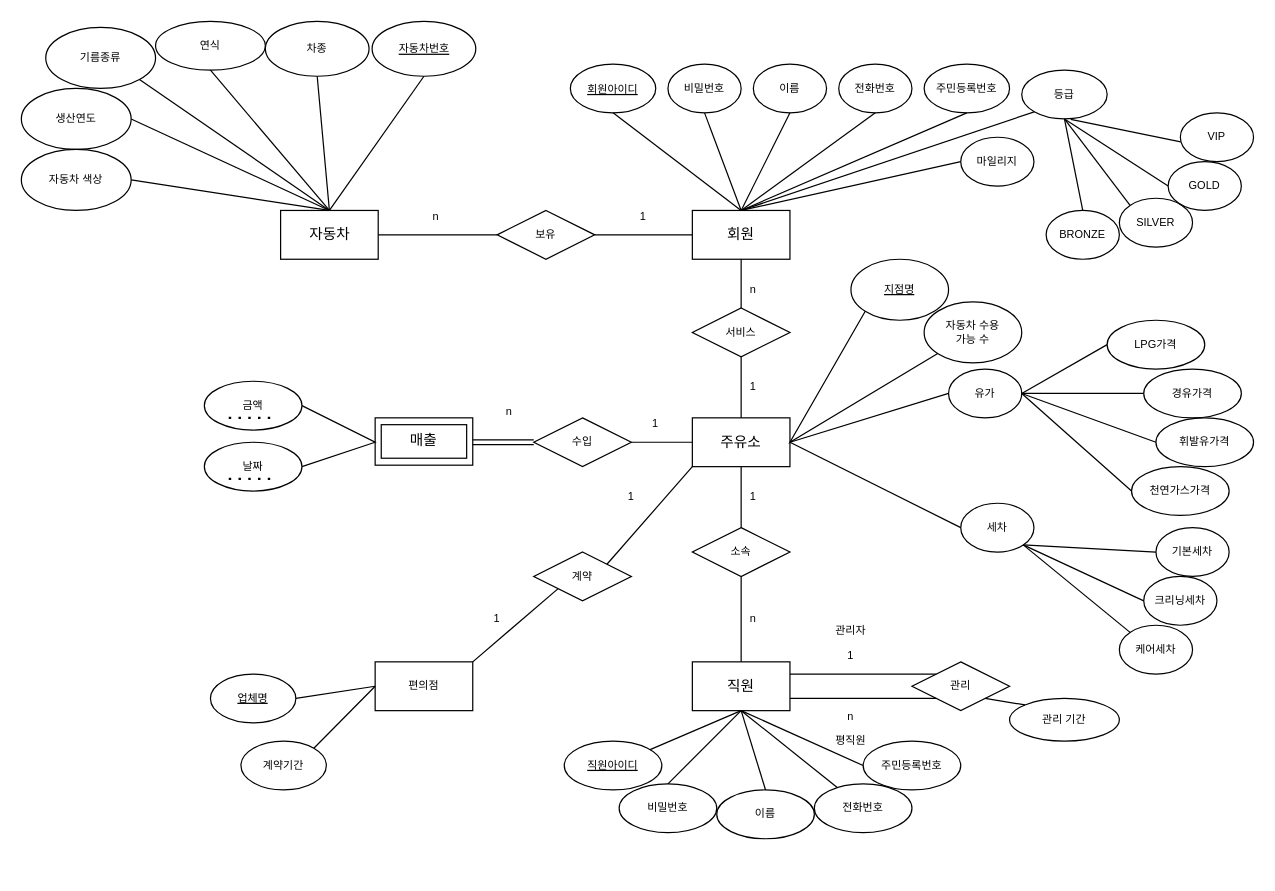
junki1912/DataBase_base keeps this draw.io diagram as Untitled Diagram.drawio. Above is the earlier version. Source tidied: cells renumbered, new cells numbered last; positions are measured from the earlier drawing's top-left corner, leaving out a move shared by most shapes. Both pictures are drawn from the tidied source at 122%, with x=0, y=0 at pixel (21, 21).
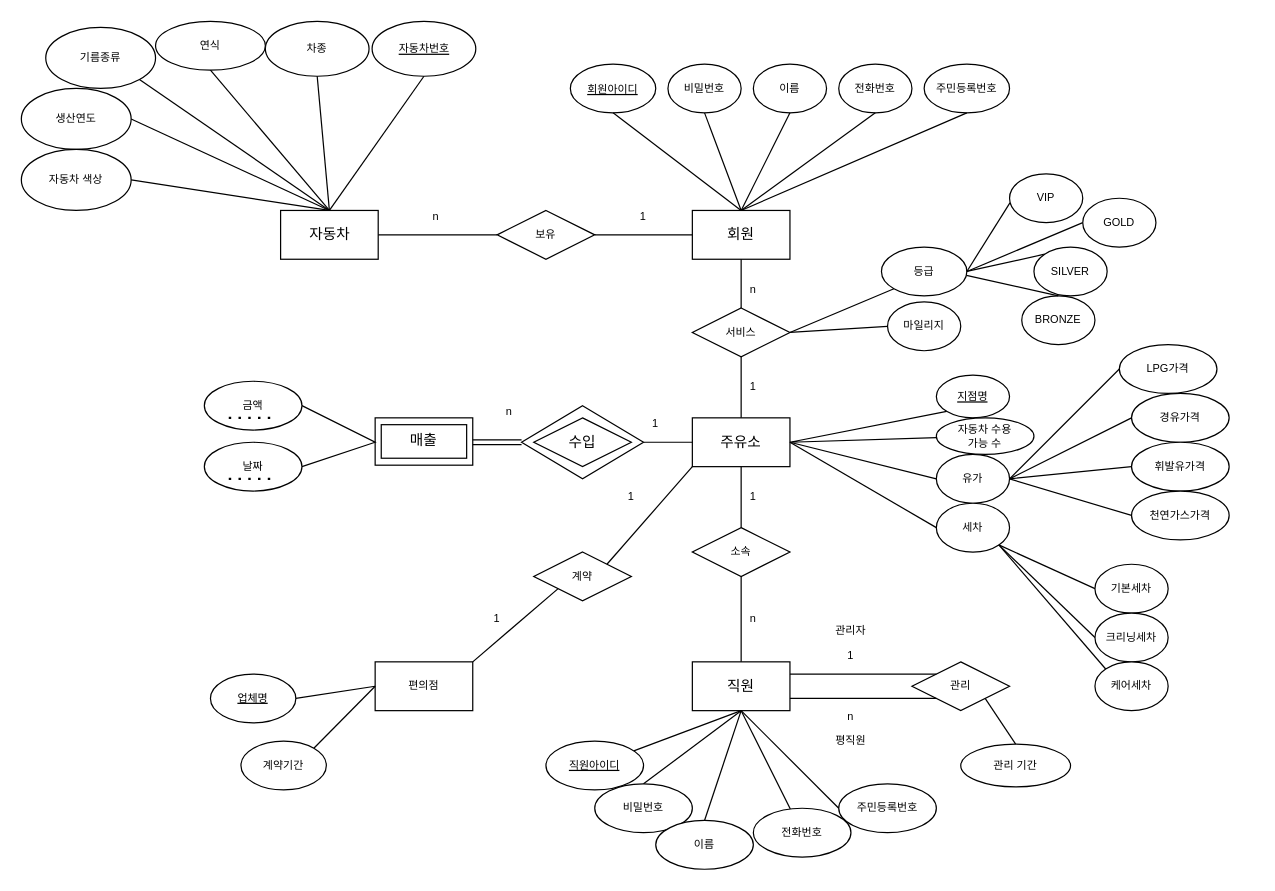
Above is the later version.

Unchanged cells that the change refers to:
```xml
<mxCell id="3" value="회원" style="rounded=0;whiteSpace=wrap;html=1;" parent="1" vertex="1">
  <mxGeometry x="550" y="155" width="80" height="40" as="geometry" />
</mxCell>
<mxCell id="37" value="주유소" style="rounded=0;whiteSpace=wrap;html=1;" parent="1" vertex="1">
  <mxGeometry x="550" y="325" width="80" height="40" as="geometry" />
</mxCell>
<mxCell id="38" value="서비스" style="rhombus;whiteSpace=wrap;html=1;fontSize=9;" parent="1" vertex="1">
  <mxGeometry x="550" y="235" width="80" height="40" as="geometry" />
</mxCell>
```

What changed in the source:
```diff
@@
     <mxCell id="2" value="유가" style="ellipse;whiteSpace=wrap;html=1;fontSize=9;" parent="1" vertex="1">
-      <mxGeometry x="760" y="285" width="60" height="40" as="geometry" />
+      <mxGeometry x="750" y="355" width="60" height="40" as="geometry" />
     </mxCell>
@@
     <mxCell id="8" value="마일리지" style="ellipse;whiteSpace=wrap;html=1;fontSize=9;" parent="1" vertex="1">
-      <mxGeometry x="770" y="95" width="60" height="40" as="geometry" />
+      <mxGeometry x="710" y="230" width="60" height="40" as="geometry" />
     </mxCell>
@@
     <mxCell id="15" value="등급" style="ellipse;whiteSpace=wrap;html=1;fontSize=9;" parent="1" vertex="1">
-      <mxGeometry x="820" y="40" width="70" height="40" as="geometry" />
+      <mxGeometry x="705" y="185" width="70" height="40" as="geometry" />
     </mxCell>
-    <mxCell id="16" style="endArrow=none;html=1;rounded=0;fontSize=9;entryX=0;entryY=1;entryDx=0;entryDy=0;" parent="1" edge="1" target="15">
-      <mxGeometry relative="1" as="geometry">
-        <mxPoint x="590" y="155" as="sourcePoint" />
-      </mxGeometry>
+    <mxCell id="16" style="endArrow=none;html=1;rounded=0;fontSize=9;entryX=0;entryY=1;entryDx=0;entryDy=0;exitX=1;exitY=0.5;exitDx=0;exitDy=0;" parent="1" edge="1" source="38" target="15">
+      <mxGeometry relative="1" as="geometry" />
     </mxCell>
-    <mxCell id="17" style="endArrow=none;html=1;rounded=0;fontSize=9;entryX=0;entryY=0.5;entryDx=0;entryDy=0;exitX=0.5;exitY=0;exitDx=0;exitDy=0;" parent="1" edge="1" source="3" target="8">
-      <mxGeometry relative="1" as="geometry" />
-    </mxCell>
-    <mxCell id="18" style="endArrow=none;html=1;rounded=0;fontSize=9;exitX=0.574;exitY=1.009;exitDx=0;exitDy=0;entryX=0.005;entryY=0.594;entryDx=0;entryDy=0;entryPerimeter=0;exitPerimeter=0;" parent="1" edge="1" source="15" target="23">
+    <mxCell id="18" style="endArrow=none;html=1;rounded=0;fontSize=9;exitX=1;exitY=0.5;exitDx=0;exitDy=0;entryX=0.005;entryY=0.594;entryDx=0;entryDy=0;entryPerimeter=0;" parent="1" edge="1" source="15" target="23">
       <mxGeometry relative="1" as="geometry" />
     </mxCell>
-    <mxCell id="19" style="endArrow=none;html=1;rounded=0;fontSize=9;entryX=0;entryY=0.5;entryDx=0;entryDy=0;exitX=0.5;exitY=1;exitDx=0;exitDy=0;" parent="1" edge="1" source="15" target="22">
+    <mxCell id="19" style="endArrow=none;html=1;rounded=0;fontSize=9;entryX=0;entryY=0.5;entryDx=0;entryDy=0;exitX=1;exitY=0.5;exitDx=0;exitDy=0;" parent="1" edge="1" source="15" target="22">
       <mxGeometry relative="1" as="geometry" />
     </mxCell>
-    <mxCell id="20" style="endArrow=none;html=1;rounded=0;fontSize=9;exitX=0.5;exitY=1;exitDx=0;exitDy=0;entryX=0;entryY=0;entryDx=0;entryDy=0;" parent="1" edge="1" source="15" target="21">
+    <mxCell id="20" style="endArrow=none;html=1;rounded=0;fontSize=9;exitX=1;exitY=0.5;exitDx=0;exitDy=0;entryX=0;entryY=0;entryDx=0;entryDy=0;" parent="1" edge="1" source="15" target="21">
       <mxGeometry relative="1" as="geometry" />
     </mxCell>
     <mxCell id="21" value="SILVER" style="ellipse;whiteSpace=wrap;html=1;fontSize=9;" parent="1" vertex="1">
-      <mxGeometry x="900" y="145" width="60" height="40" as="geometry" />
+      <mxGeometry x="830" y="185" width="60" height="40" as="geometry" />
     </mxCell>
     <mxCell id="22" value="GOLD" style="ellipse;whiteSpace=wrap;html=1;fontSize=9;" parent="1" vertex="1">
-      <mxGeometry x="940" y="115" width="60" height="40" as="geometry" />
+      <mxGeometry x="870" y="145" width="60" height="40" as="geometry" />
     </mxCell>
     <mxCell id="23" value="VIP" style="ellipse;whiteSpace=wrap;html=1;fontSize=9;" parent="1" vertex="1">
-      <mxGeometry x="950" y="75" width="60" height="40" as="geometry" />
+      <mxGeometry x="810" y="125" width="60" height="40" as="geometry" />
     </mxCell>
     <mxCell id="24" value="BRONZE" style="ellipse;whiteSpace=wrap;html=1;fontSize=9;" parent="1" vertex="1">
-      <mxGeometry x="840" y="155" width="60" height="40" as="geometry" />
+      <mxGeometry x="820" y="225" width="60" height="40" as="geometry" />
     </mxCell>
-    <mxCell id="25" style="endArrow=none;html=1;rounded=0;fontSize=9;entryX=0.5;entryY=0;entryDx=0;entryDy=0;exitX=0.5;exitY=1;exitDx=0;exitDy=0;" parent="1" edge="1" source="15" target="24">
+    <mxCell id="25" style="endArrow=none;html=1;rounded=0;fontSize=9;entryX=0.5;entryY=0;entryDx=0;entryDy=0;exitX=0.995;exitY=0.581;exitDx=0;exitDy=0;exitPerimeter=0;" parent="1" edge="1" source="15" target="24">
       <mxGeometry relative="1" as="geometry" />
     </mxCell>
@@
     <mxCell id="27" value="&lt;u&gt;직원아이디&lt;/u&gt;" style="ellipse;whiteSpace=wrap;html=1;fontSize=9;" parent="1" vertex="1">
-      <mxGeometry x="445" y="590" width="80" height="40" as="geometry" />
+      <mxGeometry x="430" y="590" width="80" height="40" as="geometry" />
     </mxCell>
     <mxCell id="28" value="비밀번호" style="ellipse;whiteSpace=wrap;html=1;fontSize=9;" parent="1" vertex="1">
-      <mxGeometry x="490" y="625" width="80" height="40" as="geometry" />
+      <mxGeometry x="470" y="625" width="80" height="40" as="geometry" />
     </mxCell>
     <mxCell id="29" value="주민등록번호" style="ellipse;whiteSpace=wrap;html=1;fontSize=9;" parent="1" vertex="1">
-      <mxGeometry x="690" y="590" width="80" height="40" as="geometry" />
+      <mxGeometry x="670" y="625" width="80" height="40" as="geometry" />
     </mxCell>
     <mxCell id="30" value="이름" style="ellipse;whiteSpace=wrap;html=1;fontSize=9;" parent="1" vertex="1">
-      <mxGeometry x="570" y="630" width="80" height="40" as="geometry" />
+      <mxGeometry x="520" y="655" width="80" height="40" as="geometry" />
     </mxCell>
     <mxCell id="31" value="전화번호" style="ellipse;whiteSpace=wrap;html=1;fontSize=9;" parent="1" vertex="1">
-      <mxGeometry x="650" y="625" width="80" height="40" as="geometry" />
+      <mxGeometry x="600" y="645" width="80" height="40" as="geometry" />
     </mxCell>
@@
     <mxCell id="40" value="&lt;u&gt;지점명&lt;/u&gt;" style="ellipse;whiteSpace=wrap;html=1;fontSize=9;" parent="1" vertex="1">
-      <mxGeometry x="680" y="195" width="80" height="50" as="geometry" />
+      <mxGeometry x="750" y="290" width="60" height="35" as="geometry" />
     </mxCell>
     <mxCell id="41" value="자동차 수용 &lt;br&gt;가능 수" style="ellipse;whiteSpace=wrap;html=1;fontSize=9;" parent="1" vertex="1">
-      <mxGeometry x="740" y="230" width="80" height="50" as="geometry" />
+      <mxGeometry x="750" y="325" width="80" height="30" as="geometry" />
     </mxCell>
@@
     <mxCell id="59" value="LPG가격" style="ellipse;whiteSpace=wrap;html=1;fontSize=9;" parent="1" vertex="1">
-      <mxGeometry x="890" y="245" width="80" height="40" as="geometry" />
+      <mxGeometry x="900" y="265" width="80" height="40" as="geometry" />
     </mxCell>
     <mxCell id="60" value="경유가격" style="ellipse;whiteSpace=wrap;html=1;fontSize=9;" parent="1" vertex="1">
-      <mxGeometry x="920" y="285" width="80" height="40" as="geometry" />
+      <mxGeometry x="910" y="305" width="80" height="40" as="geometry" />
     </mxCell>
     <mxCell id="61" value="휘발유가격" style="ellipse;whiteSpace=wrap;html=1;fontSize=9;" parent="1" vertex="1">
-      <mxGeometry x="930" y="325" width="80" height="40" as="geometry" />
+      <mxGeometry x="910" y="345" width="80" height="40" as="geometry" />
     </mxCell>
     <mxCell id="62" value="천연가스가격" style="ellipse;whiteSpace=wrap;html=1;fontSize=9;" parent="1" vertex="1">
-      <mxGeometry x="910" y="365" width="80" height="40" as="geometry" />
+      <mxGeometry x="910" y="385" width="80" height="40" as="geometry" />
     </mxCell>
@@
     <mxCell id="67" value="세차" style="ellipse;whiteSpace=wrap;html=1;fontSize=9;" parent="1" vertex="1">
-      <mxGeometry x="770" y="395" width="60" height="40" as="geometry" />
+      <mxGeometry x="750" y="395" width="60" height="40" as="geometry" />
     </mxCell>
     <mxCell id="68" value="기본세차" style="ellipse;whiteSpace=wrap;html=1;fontSize=9;" parent="1" vertex="1">
-      <mxGeometry x="930" y="415" width="60" height="40" as="geometry" />
+      <mxGeometry x="880" y="445" width="60" height="40" as="geometry" />
     </mxCell>
     <mxCell id="69" value="크리닝세차" style="ellipse;whiteSpace=wrap;html=1;fontSize=9;" parent="1" vertex="1">
-      <mxGeometry x="920" y="455" width="60" height="40" as="geometry" />
+      <mxGeometry x="880" y="485" width="60" height="40" as="geometry" />
     </mxCell>
     <mxCell id="70" value="케어세차" style="ellipse;whiteSpace=wrap;html=1;fontSize=9;" parent="1" vertex="1">
-      <mxGeometry x="900" y="495" width="60" height="40" as="geometry" />
+      <mxGeometry x="880" y="525" width="60" height="40" as="geometry" />
     </mxCell>
@@
-    <mxCell id="79" value="수입" style="rhombus;whiteSpace=wrap;html=1;fontSize=9;" parent="1" vertex="1">
-      <mxGeometry x="420" y="325" width="80" height="40" as="geometry" />
-    </mxCell>
-    <mxCell id="80" style="endArrow=none;html=1;rounded=0;fontSize=9;entryX=0;entryY=0.5;entryDx=0;entryDy=0;exitX=1;exitY=0.5;exitDx=0;exitDy=0;" parent="1" edge="1" source="79" target="37">
+    <mxCell id="80" style="endArrow=none;html=1;rounded=0;fontSize=9;entryX=0;entryY=0.5;entryDx=0;entryDy=0;exitX=1;exitY=0.5;exitDx=0;exitDy=0;" parent="1" edge="1" source="118" target="37">
       <mxGeometry relative="1" as="geometry" />
     </mxCell>
@@
     <mxCell id="100" value="관리 기간" style="ellipse;whiteSpace=wrap;html=1;fontSize=9;" parent="1" vertex="1">
-      <mxGeometry x="810" y="555" width="90" height="35" as="geometry" />
+      <mxGeometry x="770" y="592.5" width="90" height="35" as="geometry" />
     </mxCell>
@@
-    <mxCell id="103" style="endArrow=none;html=1;rounded=0;fontSize=9;entryX=0;entryY=0;entryDx=0;entryDy=0;" parent="1" edge="1" target="100">
+    <mxCell id="103" style="endArrow=none;html=1;rounded=0;fontSize=9;entryX=0.5;entryY=0;entryDx=0;entryDy=0;" parent="1" edge="1" target="100">
       <mxGeometry relative="1" as="geometry">
         <mxPoint x="790" y="555" as="sourcePoint" />
       </mxGeometry>
     </mxCell>
@@
-    <mxCell id="116" style="shape=link;html=1;rounded=0;" parent="1" edge="1" target="79">
+    <mxCell id="116" style="shape=link;html=1;rounded=0;entryX=0;entryY=0.5;entryDx=0;entryDy=0;" parent="1" edge="1" target="118">
       <mxGeometry relative="1" as="geometry">
         <mxPoint x="370" y="345" as="sourcePoint" />
       </mxGeometry>
     </mxCell>
+    <mxCell id="117" style="endArrow=none;html=1;rounded=0;exitX=0;exitY=0.5;exitDx=0;exitDy=0;entryX=1;entryY=0.5;entryDx=0;entryDy=0;" parent="1" edge="1" source="8" target="38">
+      <mxGeometry relative="1" as="geometry" />
+    </mxCell>
+    <mxCell id="118" style="rhombus;whiteSpace=wrap;html=1;" parent="1" vertex="1">
+      <mxGeometry x="410" y="315" width="100" height="60" as="geometry" />
+    </mxCell>
+    <mxCell id="79" value="수입" style="rhombus;whiteSpace=wrap;html=1;" parent="1" vertex="1">
+      <mxGeometry x="420" y="325" width="80" height="40" as="geometry" />
+    </mxCell>
```
